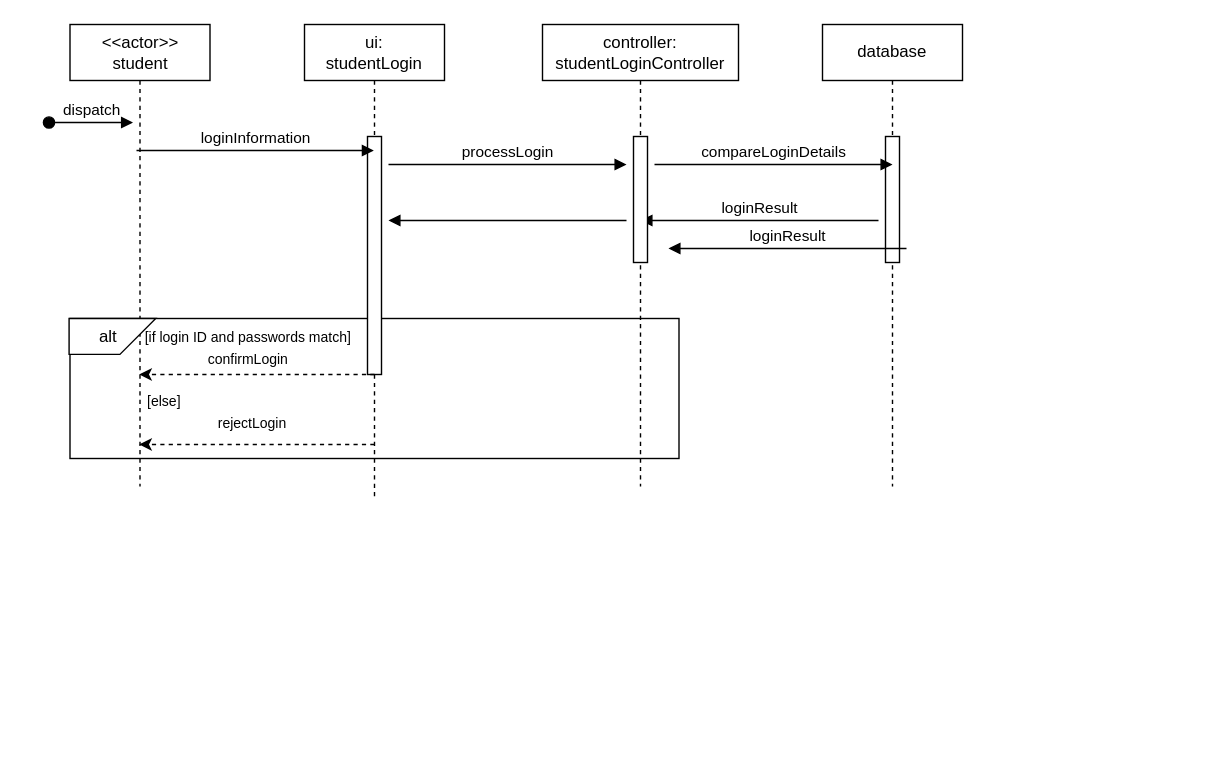
This is Untitled Diagram.drawio from Mkaldalons/hugbo1, a draw.io file, before an edit. Source tidied: cells renumbered, new cells numbered last; positions are measured from the earlier drawing's top-left corner, leaving out a move shared by most shapes. Both pictures are drawn from the tidied source at 140%, with x=0, y=0 at pixel (49, 24).
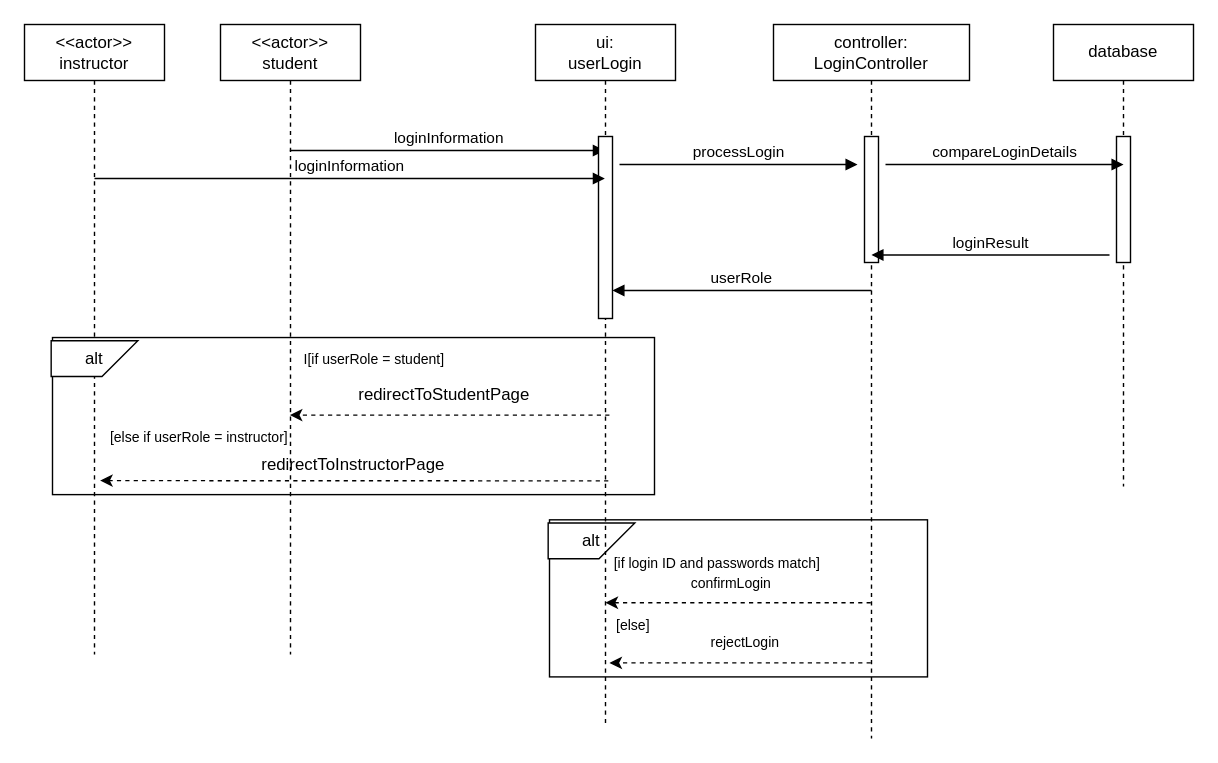
The same page after the edit.

Change to the diagram source:
```diff
@@
+    <mxCell id="25" style="rounded=0;whiteSpace=wrap;html=1;" parent="1" vertex="1">
+      <mxGeometry x="2" y="223.6" width="430" height="112.2" as="geometry" />
+    </mxCell>
     <mxCell id="2" style="rounded=0;whiteSpace=wrap;html=1;" parent="1" vertex="1">
-      <mxGeometry x="14.5" y="210" width="435" height="100" as="geometry" />
+      <mxGeometry x="357" y="353.8" width="270" height="112.2" as="geometry" />
     </mxCell>
-    <mxCell id="3" value="ui:&lt;div&gt;studentLogin&lt;/div&gt;" style="shape=umlLifeline;perimeter=lifelinePerimeter;whiteSpace=wrap;html=1;outlineConnect=0;portConstraint=eastwest;newEdgeStyle={&quot;edgeStyle&quot;:&quot;elbowEdgeStyle&quot;,&quot;elbow&quot;:&quot;vertical&quot;,&quot;curved&quot;:0,&quot;rounded&quot;:0};" parent="1" vertex="1">
-      <mxGeometry x="182" width="100" height="340" as="geometry" />
-    </mxCell>
-    <mxCell id="4" style="html=1;points=[];perimeter=orthogonalPerimeter;outlineConnect=0;targetShapes=umlLifeline;portConstraint=eastwest;newEdgeStyle={&quot;edgeStyle&quot;:&quot;elbowEdgeStyle&quot;,&quot;elbow&quot;:&quot;vertical&quot;,&quot;curved&quot;:0,&quot;rounded&quot;:0};" parent="3" vertex="1">
-      <mxGeometry x="45" y="80" width="10" height="170" as="geometry" />
-    </mxCell>
     <mxCell id="5" value="&amp;lt;&amp;lt;actor&amp;gt;&amp;gt;&lt;div&gt;student&lt;/div&gt;" style="shape=umlLifeline;perimeter=lifelinePerimeter;whiteSpace=wrap;html=1;outlineConnect=0;portConstraint=eastwest;newEdgeStyle={&quot;edgeStyle&quot;:&quot;elbowEdgeStyle&quot;,&quot;elbow&quot;:&quot;vertical&quot;,&quot;curved&quot;:0,&quot;rounded&quot;:0};size=40;" parent="1" vertex="1">
-      <mxGeometry x="14.5" width="100" height="330" as="geometry" />
+      <mxGeometry x="122" width="100" height="450" as="geometry" />
     </mxCell>
-    <mxCell id="6" value="dispatch" style="html=1;verticalAlign=bottom;startArrow=oval;endArrow=block;startSize=8;edgeStyle=elbowEdgeStyle;elbow=vertical;curved=0;rounded=0;" parent="5" edge="1">
-      <mxGeometry relative="1" as="geometry">
-        <mxPoint x="-15" y="70" as="sourcePoint" />
-        <mxPoint x="45" y="70.3" as="targetPoint" />
-      </mxGeometry>
-    </mxCell>
     <mxCell id="7" value="database" style="shape=umlLifeline;perimeter=lifelinePerimeter;whiteSpace=wrap;html=1;newEdgeStyle={&quot;edgeStyle&quot;:&quot;elbowEdgeStyle&quot;,&quot;elbow&quot;:&quot;vertical&quot;,&quot;curved&quot;:0,&quot;rounded&quot;:0};" parent="1" vertex="1">
-      <mxGeometry x="552" width="100" height="330" as="geometry" />
+      <mxGeometry x="717" width="100" height="330" as="geometry" />
     </mxCell>
@@
     <mxCell id="9" value="processLogin" style="html=1;verticalAlign=bottom;endArrow=block;edgeStyle=elbowEdgeStyle;elbow=vertical;curved=0;rounded=0;" parent="1" edge="1">
       <mxGeometry relative="1" as="geometry">
-        <mxPoint x="242" y="100" as="sourcePoint" />
-        <mxPoint x="412" y="100" as="targetPoint" />
+        <mxPoint x="407" y="100" as="sourcePoint" />
+        <mxPoint x="577" y="100" as="targetPoint" />
         <Array as="points">
-          <mxPoint x="327" y="100" />
+          <mxPoint x="492" y="100" />
         </Array>
       </mxGeometry>
     </mxCell>
-    <mxCell id="10" value="loginResult" style="html=1;verticalAlign=bottom;endArrow=block;edgeStyle=elbowEdgeStyle;elbow=vertical;curved=0;rounded=0;" parent="1" edge="1">
-      <mxGeometry relative="1" as="geometry">
-        <mxPoint x="592" y="140" as="sourcePoint" />
-        <mxPoint x="422" y="140" as="targetPoint" />
-        <Array as="points">
-          <mxPoint x="532.3" y="140" />
-        </Array>
-      </mxGeometry>
-    </mxCell>
-    <mxCell id="11" value="loginInformation" style="html=1;verticalAlign=bottom;endArrow=block;edgeStyle=elbowEdgeStyle;elbow=vertical;curved=0;rounded=0;" parent="1" edge="1" target="3">
+    <mxCell id="11" value="loginInformation" style="html=1;verticalAlign=bottom;endArrow=block;edgeStyle=elbowEdgeStyle;elbow=vertical;curved=0;rounded=0;" parent="1" edge="1" source="5" target="3">
       <mxGeometry relative="1" as="geometry">
-        <mxPoint x="62" y="90" as="sourcePoint" />
         <Array as="points">
-          <mxPoint x="137" y="90" />
+          <mxPoint x="302" y="90" />
         </Array>
       </mxGeometry>
     </mxCell>
     <mxCell id="12" style="shape=card;whiteSpace=wrap;html=1;rotation=90;flipH=1;" parent="1" vertex="1">
-      <mxGeometry x="32" y="191.9" width="25.6" height="61.9" as="geometry" />
+      <mxGeometry x="374.2" y="337.9" width="25.6" height="61.9" as="geometry" />
     </mxCell>
     <mxCell id="13" value="alt" style="text;html=1;align=center;verticalAlign=middle;whiteSpace=wrap;rounded=0;" parent="1" vertex="1">
-      <mxGeometry x="12" y="207.8" width="60" height="30" as="geometry" />
+      <mxGeometry x="357" y="353.8" width="60" height="30" as="geometry" />
     </mxCell>
     <mxCell id="14" value="&lt;font style=&quot;font-size: 10px;&quot;&gt;[if login ID and passwords match]&lt;/font&gt;" style="text;html=1;align=center;verticalAlign=middle;whiteSpace=wrap;rounded=0;" parent="1" vertex="1">
-      <mxGeometry x="52" y="207.8" width="180" height="30" as="geometry" />
+      <mxGeometry x="387" y="369.8" width="180" height="30" as="geometry" />
     </mxCell>
     <mxCell id="15" value="&lt;font style=&quot;font-size: 10px;&quot;&gt;[else]&lt;/font&gt;" style="text;html=1;align=center;verticalAlign=middle;whiteSpace=wrap;rounded=0;" parent="1" vertex="1">
-      <mxGeometry x="52" y="253.8" width="60" height="30" as="geometry" />
+      <mxGeometry x="387" y="413.8" width="60" height="30" as="geometry" />
     </mxCell>
-    <mxCell id="16" style="endArrow=classic;html=1;rounded=0;dashed=1;" parent="1" edge="1" target="5">
+    <mxCell id="16" style="endArrow=classic;html=1;rounded=0;dashed=1;" parent="1" edge="1">
       <mxGeometry relative="1" as="geometry">
-        <mxPoint x="232" y="250" as="sourcePoint" />
+        <mxPoint x="586.5" y="413" as="sourcePoint" />
+        <mxPoint x="397" y="413" as="targetPoint" />
       </mxGeometry>
     </mxCell>
     <mxCell id="17" value="&lt;font style=&quot;font-size: 10px;&quot;&gt;confirmLogin&lt;/font&gt;" style="text;html=1;align=center;verticalAlign=middle;whiteSpace=wrap;rounded=0;" parent="1" vertex="1">
-      <mxGeometry x="112" y="223.8" width="60" height="30" as="geometry" />
+      <mxGeometry x="457" y="383.8" width="60" height="30" as="geometry" />
     </mxCell>
-    <mxCell id="18" style="endArrow=classic;html=1;rounded=0;dashed=1;" parent="1" edge="1">
-      <mxGeometry relative="1" as="geometry">
-        <mxPoint x="232" y="300" as="sourcePoint" />
-        <mxPoint x="64" y="300" as="targetPoint" />
-      </mxGeometry>
-    </mxCell>
     <mxCell id="19" value="&lt;font style=&quot;font-size: 10px;&quot;&gt;rejectLogin&lt;/font&gt;" style="text;html=1;align=center;verticalAlign=middle;whiteSpace=wrap;rounded=0;" parent="1" vertex="1">
-      <mxGeometry x="114.5" y="270" width="60" height="30" as="geometry" />
+      <mxGeometry x="467" y="426" width="60" height="30" as="geometry" />
     </mxCell>
+    <mxCell id="22" value="compareLoginDetails" style="html=1;verticalAlign=bottom;endArrow=block;edgeStyle=elbowEdgeStyle;elbow=vertical;curved=0;rounded=0;" parent="1" edge="1">
+      <mxGeometry relative="1" as="geometry">
+        <mxPoint x="597" y="100" as="sourcePoint" />
+        <mxPoint x="767" y="100" as="targetPoint" />
+        <Array as="points">
+          <mxPoint x="682" y="100" />
+        </Array>
+      </mxGeometry>
+    </mxCell>
-    <mxCell id="20" value="controller:&lt;div&gt;studentLoginController&lt;/div&gt;" style="shape=umlLifeline;perimeter=lifelinePerimeter;whiteSpace=wrap;html=1;newEdgeStyle={&quot;edgeStyle&quot;:&quot;elbowEdgeStyle&quot;,&quot;elbow&quot;:&quot;vertical&quot;,&quot;curved&quot;:0,&quot;rounded&quot;:0};" parent="1" vertex="1">
-      <mxGeometry x="352" width="140" height="330" as="geometry" />
+    <mxCell id="20" value="controller:&lt;div&gt;LoginController&lt;/div&gt;" style="shape=umlLifeline;perimeter=lifelinePerimeter;whiteSpace=wrap;html=1;newEdgeStyle={&quot;edgeStyle&quot;:&quot;elbowEdgeStyle&quot;,&quot;elbow&quot;:&quot;vertical&quot;,&quot;curved&quot;:0,&quot;rounded&quot;:0};" parent="1" vertex="1">
+      <mxGeometry x="517" width="140" height="510" as="geometry" />
     </mxCell>
@@
-    <mxCell id="22" value="compareLoginDetails" style="html=1;verticalAlign=bottom;endArrow=block;edgeStyle=elbowEdgeStyle;elbow=vertical;curved=0;rounded=0;" parent="1" edge="1">
-      <mxGeometry relative="1" as="geometry">
-        <mxPoint x="432" y="100" as="sourcePoint" />
-        <mxPoint x="602" y="100" as="targetPoint" />
-        <Array as="points">
-          <mxPoint x="517" y="100" />
-        </Array>
-      </mxGeometry>
-    </mxCell>
-    <mxCell id="23" style="html=1;verticalAlign=bottom;endArrow=block;edgeStyle=elbowEdgeStyle;elbow=vertical;curved=0;rounded=0;" parent="1" edge="1">
-      <mxGeometry relative="1" as="geometry">
-        <mxPoint x="412" y="140" as="sourcePoint" />
-        <mxPoint x="242" y="140" as="targetPoint" />
-        <Array as="points">
-          <mxPoint x="352.3" y="140" />
-        </Array>
-      </mxGeometry>
-    </mxCell>
     <mxCell id="24" value="loginResult" style="html=1;verticalAlign=bottom;endArrow=block;edgeStyle=elbowEdgeStyle;elbow=vertical;curved=0;rounded=0;" parent="1" edge="1">
       <mxGeometry relative="1" as="geometry">
-        <mxPoint x="612" y="160" as="sourcePoint" />
-        <mxPoint x="442" y="160" as="targetPoint" />
+        <mxPoint x="757" y="164.6" as="sourcePoint" />
+        <mxPoint x="587" y="164.6" as="targetPoint" />
         <Array as="points">
-          <mxPoint x="552.3" y="160" />
+          <mxPoint x="697.3" y="164.6" />
         </Array>
       </mxGeometry>
     </mxCell>
+    <mxCell id="3" value="ui:&lt;div&gt;userLogin&lt;/div&gt;" style="shape=umlLifeline;perimeter=lifelinePerimeter;whiteSpace=wrap;html=1;outlineConnect=0;portConstraint=eastwest;newEdgeStyle={&quot;edgeStyle&quot;:&quot;elbowEdgeStyle&quot;,&quot;elbow&quot;:&quot;vertical&quot;,&quot;curved&quot;:0,&quot;rounded&quot;:0};" parent="1" vertex="1">
+      <mxGeometry x="347" width="100" height="500" as="geometry" />
+    </mxCell>
+    <mxCell id="4" style="html=1;points=[];perimeter=orthogonalPerimeter;outlineConnect=0;targetShapes=umlLifeline;portConstraint=eastwest;newEdgeStyle={&quot;edgeStyle&quot;:&quot;elbowEdgeStyle&quot;,&quot;elbow&quot;:&quot;vertical&quot;,&quot;curved&quot;:0,&quot;rounded&quot;:0};" parent="3" vertex="1">
+      <mxGeometry x="45" y="80" width="10" height="130" as="geometry" />
+    </mxCell>
+    <mxCell id="18" style="endArrow=classic;html=1;rounded=0;dashed=1;" parent="1" edge="1">
+      <mxGeometry relative="1" as="geometry">
+        <mxPoint x="586.5" y="456" as="sourcePoint" />
+        <mxPoint x="399.8" y="456" as="targetPoint" />
+      </mxGeometry>
+    </mxCell>
+    <mxCell id="26" value="&amp;lt;&amp;lt;actor&amp;gt;&amp;gt;&lt;div&gt;instructor&lt;/div&gt;" style="shape=umlLifeline;perimeter=lifelinePerimeter;whiteSpace=wrap;html=1;newEdgeStyle={&quot;edgeStyle&quot;:&quot;elbowEdgeStyle&quot;,&quot;elbow&quot;:&quot;vertical&quot;,&quot;curved&quot;:0,&quot;rounded&quot;:0};size=40;" parent="1" vertex="1">
+      <mxGeometry x="-18" width="100" height="450" as="geometry" />
+    </mxCell>
+    <mxCell id="27" value="userRole" style="html=1;verticalAlign=bottom;endArrow=block;edgeStyle=elbowEdgeStyle;elbow=vertical;curved=0;rounded=0;" parent="1" edge="1" target="4">
+      <mxGeometry relative="1" as="geometry">
+        <mxPoint x="587" y="190" as="sourcePoint" />
+        <Array as="points">
+          <mxPoint x="527.3" y="190" />
+        </Array>
+      </mxGeometry>
+    </mxCell>
+    <mxCell id="28" value="loginInformation" style="html=1;verticalAlign=bottom;endArrow=block;edgeStyle=elbowEdgeStyle;elbow=vertical;curved=0;rounded=0;" parent="1" edge="1" target="3">
+      <mxGeometry relative="1" as="geometry">
+        <mxPoint x="32" y="110" as="sourcePoint" />
+        <Array as="points">
+          <mxPoint x="162" y="110" />
+        </Array>
+      </mxGeometry>
+    </mxCell>
+    <mxCell id="29" style="shape=card;whiteSpace=wrap;html=1;rotation=90;flipH=1;" parent="1" vertex="1">
+      <mxGeometry x="19.2" y="207.7" width="25.6" height="61.9" as="geometry" />
+    </mxCell>
+    <mxCell id="30" value="alt" style="text;html=1;align=center;verticalAlign=middle;whiteSpace=wrap;rounded=0;" parent="1" vertex="1">
+      <mxGeometry x="2" y="223.6" width="60" height="30" as="geometry" />
+    </mxCell>
+    <mxCell id="31" value="&lt;font style=&quot;font-size: 10px;&quot;&gt;I[if userRole = student]&lt;/font&gt;" style="text;html=1;align=center;verticalAlign=middle;whiteSpace=wrap;rounded=0;" parent="1" vertex="1">
+      <mxGeometry x="142" y="223.6" width="180" height="30" as="geometry" />
+    </mxCell>
+    <mxCell id="32" value="&lt;font style=&quot;font-size: 10px;&quot;&gt;[else if userRole = instructor]&lt;/font&gt;" style="text;html=1;align=center;verticalAlign=middle;whiteSpace=wrap;rounded=0;" parent="1" vertex="1">
+      <mxGeometry x="32" y="280" width="150" height="30" as="geometry" />
+    </mxCell>
+    <mxCell id="33" style="endArrow=classic;html=1;rounded=0;dashed=1;" parent="1" edge="1">
+      <mxGeometry relative="1" as="geometry">
+        <mxPoint x="399.8" y="279" as="sourcePoint" />
+        <mxPoint x="171.5" y="279" as="targetPoint" />
+      </mxGeometry>
+    </mxCell>
+    <mxCell id="34" style="endArrow=classic;html=1;rounded=0;dashed=1;" parent="1" edge="1">
+      <mxGeometry relative="1" as="geometry">
+        <mxPoint x="399" y="326" as="sourcePoint" />
+        <mxPoint x="36" y="325.8" as="targetPoint" />
+      </mxGeometry>
+    </mxCell>
+    <mxCell id="35" value="redirectToStudentPage" style="text;html=1;align=center;verticalAlign=middle;whiteSpace=wrap;rounded=0;" parent="1" vertex="1">
+      <mxGeometry x="252" y="250" width="60" height="30" as="geometry" />
+    </mxCell>
+    <mxCell id="36" value="redirectToInstructorPage" style="text;html=1;align=center;verticalAlign=middle;whiteSpace=wrap;rounded=0;" parent="1" vertex="1">
+      <mxGeometry x="187" y="300" width="60" height="30" as="geometry" />
+    </mxCell>
```
